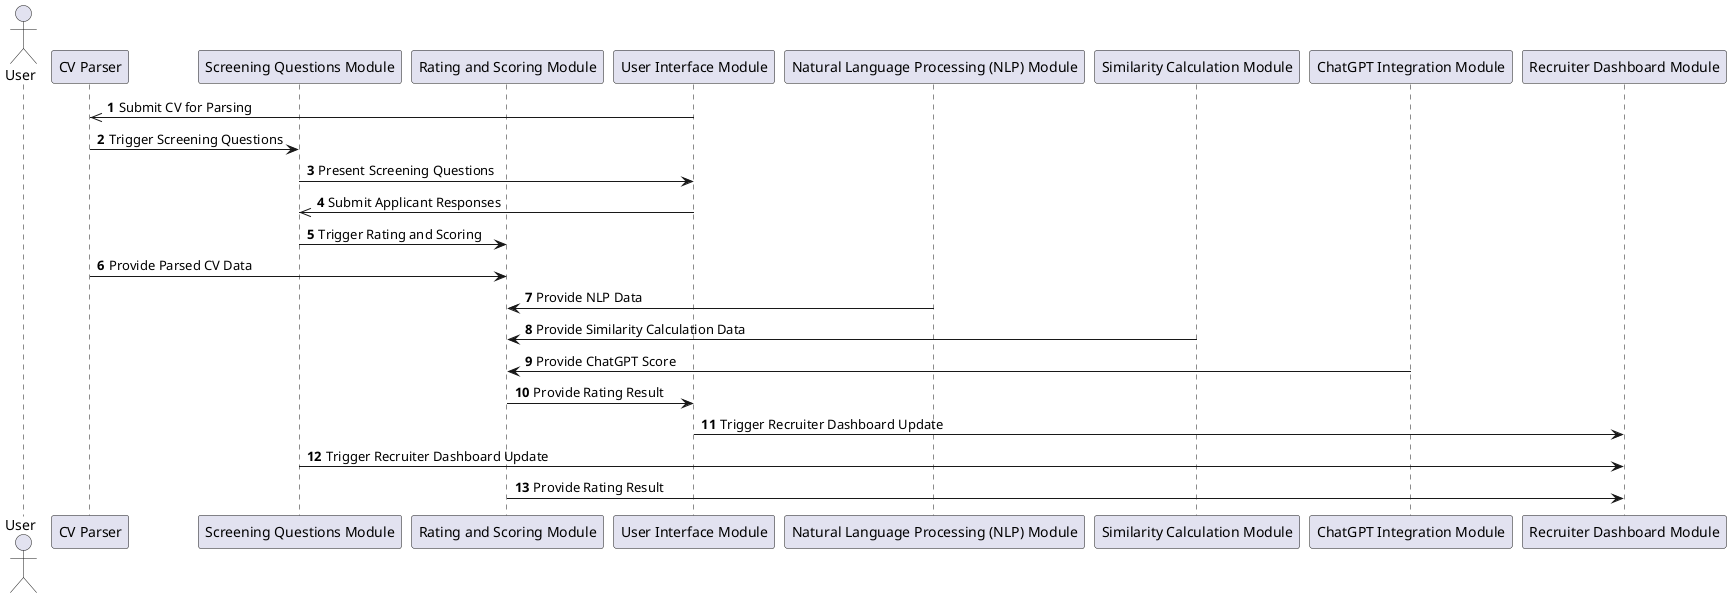
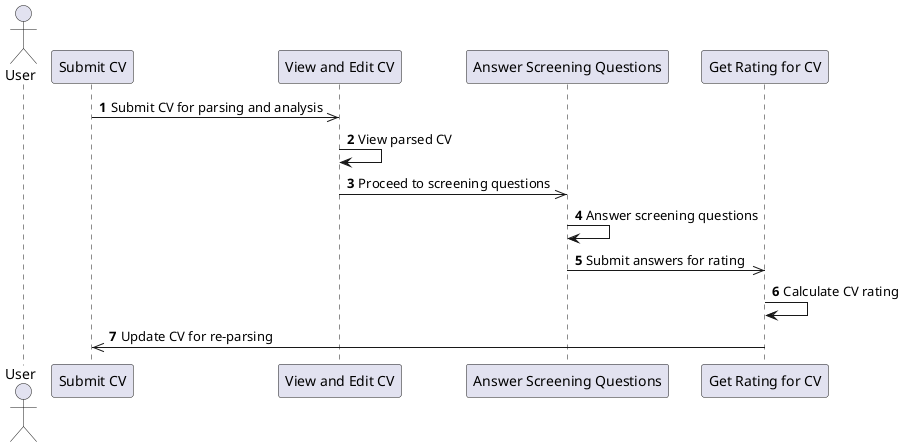
@startuml
autonumber
actor User
- participant "CV Parser" as CVParser
- participant "Screening Questions Module" as ScreeningQuestionsModule
- participant "Rating and Scoring Module" as RatingandScoringModule
- participant "User Interface Module" as UserInterfaceModule
- participant "Natural Language Processing (NLP) Module" as NaturalLanguageProcessingNLPModule
- participant "Similarity Calculation Module" as SimilarityCalculationModule
- participant "ChatGPT Integration Module" as ChatGPTIntegrationModule
- participant "Recruiter Dashboard Module" as RecruiterDashboardModule
- UserInterfaceModule ->> CVParser : Submit CV for Parsing
- CVParser -> ScreeningQuestionsModule : Trigger Screening Questions
- ScreeningQuestionsModule -> UserInterfaceModule : Present Screening Questions
- UserInterfaceModule ->> ScreeningQuestionsModule : Submit Applicant Responses
- ScreeningQuestionsModule -> RatingandScoringModule : Trigger Rating and Scoring
- CVParser -> RatingandScoringModule : Provide Parsed CV Data
- NaturalLanguageProcessingNLPModule -> RatingandScoringModule : Provide NLP Data
- SimilarityCalculationModule -> RatingandScoringModule : Provide Similarity Calculation Data
- ChatGPTIntegrationModule -> RatingandScoringModule : Provide ChatGPT Score
- RatingandScoringModule -> UserInterfaceModule : Provide Rating Result
- UserInterfaceModule -> RecruiterDashboardModule : Trigger Recruiter Dashboard Update
- ScreeningQuestionsModule -> RecruiterDashboardModule : Trigger Recruiter Dashboard Update
- RatingandScoringModule -> RecruiterDashboardModule : Provide Rating Result
+ participant "Submit CV" as SubmitCV
+ participant "View and Edit CV" as ViewandEditCV
+ participant "Answer Screening Questions" as AnswerScreeningQuestions
+ participant "Get Rating for CV" as GetRatingforCV
+ SubmitCV ->> ViewandEditCV : Submit CV for parsing and analysis
+ ViewandEditCV -> ViewandEditCV : View parsed CV
+ ViewandEditCV ->> AnswerScreeningQuestions : Proceed to screening questions
+ AnswerScreeningQuestions -> AnswerScreeningQuestions : Answer screening questions
+ AnswerScreeningQuestions ->> GetRatingforCV : Submit answers for rating
+ GetRatingforCV -> GetRatingforCV : Calculate CV rating
+ GetRatingforCV ->> SubmitCV : Update CV for re-parsing
@enduml